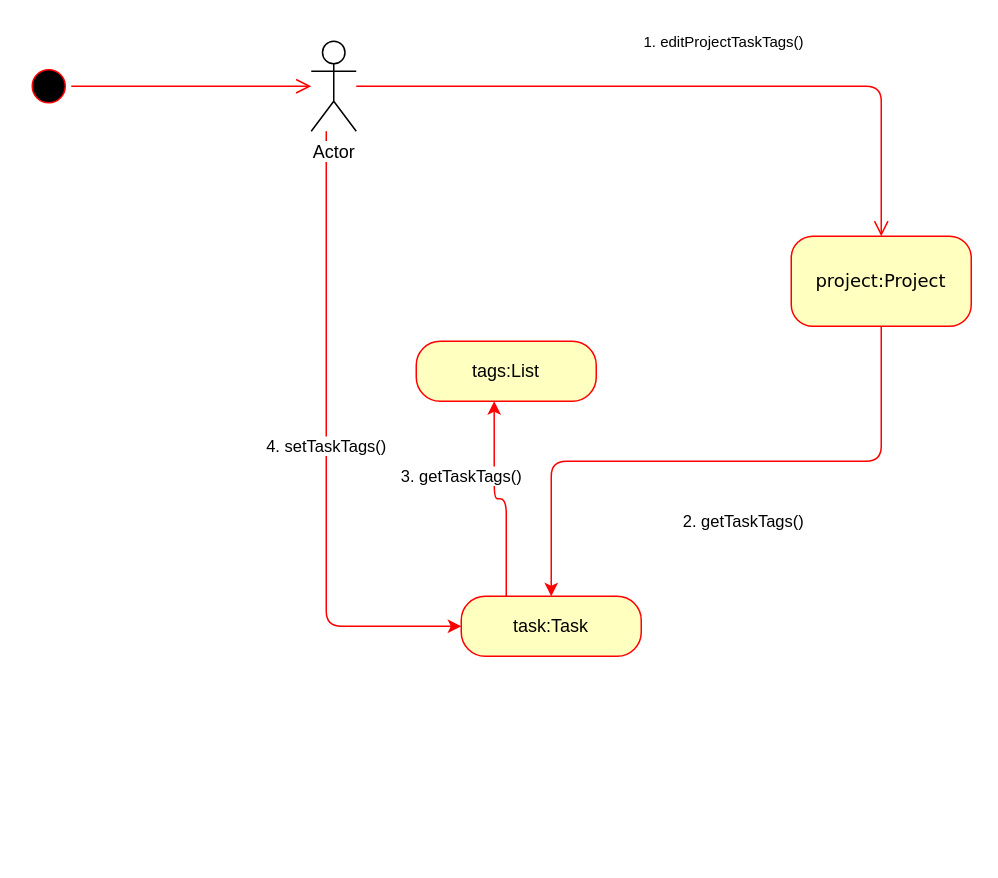
The draw.io diagram Behavioral Modeling/com diagram - task - see task.drawio in amirabbas8/ScrumOfficer, before the edit. Source tidied: cells renumbered, new cells numbered last; positions are measured from the earlier drawing's top-left corner, leaving out a move shared by most shapes. Both pictures are drawn from the tidied source at 150%, with x=0, y=0 at pixel (26, 26).
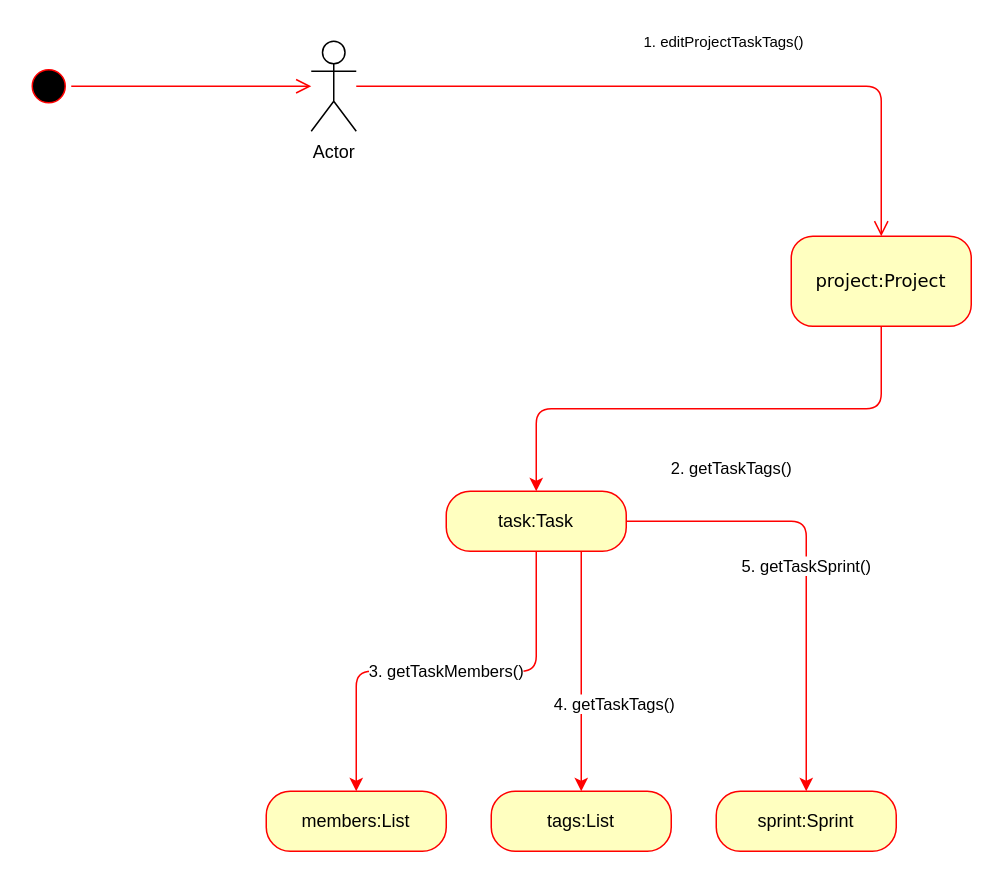
After the change.

Commit message:
see task com dgrm #25

What changed in the source:
```diff
@@
 <mxGraphModel background="#ffffff">
   <root>
     <mxCell id="0" />
     <mxCell id="1" parent="0" />
     <mxCell id="2" style="ellipse;html=1;shape=startState;fillColor=#000000;strokeColor=#ff0000;rounded=1;shadow=0;comic=0;labelBackgroundColor=none;fontFamily=Verdana;fontSize=12;fontColor=#000000;align=center;direction=south;" parent="1" vertex="1">
       <mxGeometry y="25" width="30" height="30" as="geometry" />
     </mxCell>
     <mxCell id="3" value="2. getTaskTags()" style="edgeStyle=orthogonalEdgeStyle;rounded=1;jettySize=auto;html=1;exitX=0.5;exitY=1;exitDx=0;exitDy=0;strokeColor=#FF0000;" parent="1" edge="1" source="4" target="11">
       <mxGeometry x="-0.09" y="40" relative="1" as="geometry" />
     </mxCell>
     <mxCell id="4" value="project:Project" style="rounded=1;whiteSpace=wrap;html=1;arcSize=24;fillColor=#ffffc0;strokeColor=#ff0000;shadow=0;comic=0;labelBackgroundColor=none;fontFamily=Verdana;fontSize=12;fontColor=#000000;align=center;" parent="1" vertex="1">
       <mxGeometry x="510" y="140" width="120" height="60" as="geometry" />
     </mxCell>
     <mxCell id="5" style="edgeStyle=orthogonalEdgeStyle;html=1;labelBackgroundColor=none;endArrow=open;endSize=8;strokeColor=#ff0000;fontFamily=Verdana;fontSize=12;align=left;" parent="1" edge="1" source="2">
       <mxGeometry relative="1" as="geometry">
         <mxPoint x="190" y="40" as="targetPoint" />
       </mxGeometry>
     </mxCell>
     <mxCell id="6" style="edgeStyle=orthogonalEdgeStyle;html=1;labelBackgroundColor=none;endArrow=open;endSize=8;strokeColor=#ff0000;fontFamily=Verdana;fontSize=12;align=left;" parent="1" edge="1" target="4">
       <mxGeometry relative="1" as="geometry">
         <mxPoint x="220" y="40" as="sourcePoint" />
         <Array as="points">
           <mxPoint x="230" y="40" />
           <mxPoint x="350" y="40" />
         </Array>
       </mxGeometry>
     </mxCell>
-    <mxCell id="7" value="4. setTaskTags()" style="edgeStyle=orthogonalEdgeStyle;rounded=1;jettySize=auto;html=1;entryX=0;entryY=0.5;entryDx=0;entryDy=0;strokeColor=#FF0000;" parent="1" edge="1" source="8" target="11">
-      <mxGeometry relative="1" as="geometry">
-        <Array as="points">
-          <mxPoint x="200" y="400" />
-        </Array>
-      </mxGeometry>
-    </mxCell>
     <mxCell id="8" value="Actor" style="shape=umlActor;verticalLabelPosition=bottom;labelBackgroundColor=#ffffff;verticalAlign=top;html=1;outlineConnect=0;" parent="1" vertex="1">
       <mxGeometry x="190" y="10" width="30" height="60" as="geometry" />
     </mxCell>
     <mxCell id="9" value="&lt;font style=&quot;font-size: 10px&quot;&gt;1. editProjectTaskTags()&lt;/font&gt;" style="text;html=1;align=left;verticalAlign=top;spacingTop=-4;" parent="1" vertex="1">
       <mxGeometry x="410" width="120" height="20" as="geometry" />
     </mxCell>
-    <mxCell id="10" value="3. getTaskTags()" style="edgeStyle=orthogonalEdgeStyle;rounded=1;jettySize=auto;html=1;exitX=0.25;exitY=0;exitDx=0;exitDy=0;entryX=0.433;entryY=1;entryDx=0;entryDy=0;entryPerimeter=0;strokeColor=#FF0000;" parent="1" edge="1" source="11" target="12">
-      <mxGeometry x="0.28" y="22" relative="1" as="geometry" />
+    <mxCell id="10" value="4. getTaskTags()" style="edgeStyle=orthogonalEdgeStyle;rounded=1;jettySize=auto;html=1;exitX=0.75;exitY=1;exitDx=0;exitDy=0;strokeColor=#FF0000;" parent="1" edge="1" source="11" target="12">
+      <mxGeometry x="0.28" y="22" relative="1" as="geometry">
+        <Array as="points">
+          <mxPoint x="370" y="500" />
+        </Array>
+      </mxGeometry>
     </mxCell>
+    <mxCell id="13" value="3. getTaskMembers()" style="edgeStyle=orthogonalEdgeStyle;rounded=1;jettySize=auto;html=1;strokeColor=#FF0000;" parent="1" edge="1" source="11" target="15">
+      <mxGeometry relative="1" as="geometry" />
+    </mxCell>
+    <mxCell id="14" value="5. getTaskSprint()" style="edgeStyle=orthogonalEdgeStyle;rounded=1;jettySize=auto;html=1;strokeColor=#FF0000;" parent="1" edge="1" source="11" target="16">
+      <mxGeometry relative="1" as="geometry" />
+    </mxCell>
     <mxCell id="11" value="task:Task" style="rounded=1;whiteSpace=wrap;html=1;arcSize=40;fontColor=#000000;fillColor=#ffffc0;strokeColor=#ff0000;" parent="1" vertex="1">
-      <mxGeometry x="290" y="380" width="120" height="40" as="geometry" />
+      <mxGeometry x="280" y="310" width="120" height="40" as="geometry" />
     </mxCell>
     <mxCell id="12" value="tags:List" style="rounded=1;whiteSpace=wrap;html=1;arcSize=40;fontColor=#000000;fillColor=#ffffc0;strokeColor=#ff0000;" parent="1" vertex="1">
-      <mxGeometry x="260" y="210" width="120" height="40" as="geometry" />
+      <mxGeometry x="310" y="510" width="120" height="40" as="geometry" />
     </mxCell>
+    <mxCell id="15" value="members:List" style="rounded=1;whiteSpace=wrap;html=1;arcSize=40;fontColor=#000000;fillColor=#ffffc0;strokeColor=#ff0000;" parent="1" vertex="1">
+      <mxGeometry x="160" y="510" width="120" height="40" as="geometry" />
+    </mxCell>
+    <mxCell id="16" value="sprint:Sprint" style="rounded=1;whiteSpace=wrap;html=1;arcSize=40;fontColor=#000000;fillColor=#ffffc0;strokeColor=#ff0000;" parent="1" vertex="1">
+      <mxGeometry x="460" y="510" width="120" height="40" as="geometry" />
+    </mxCell>
   </root>
 </mxGraphModel>
```
